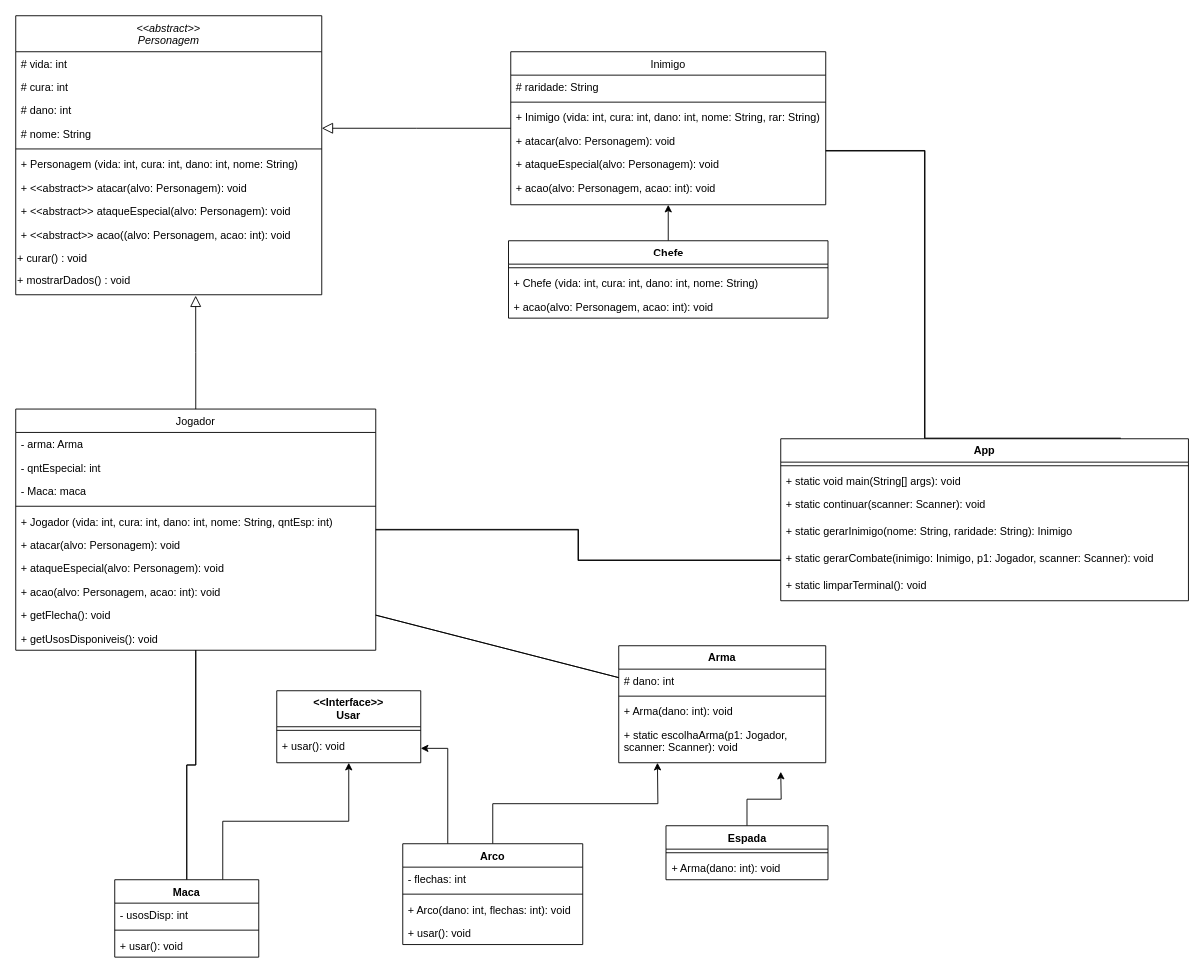
RomyMartinez/provaDePOO keeps this draw.io diagram as Diagrama.drawio. Above is the earlier version. Source tidied: cells renumbered, new cells numbered last; positions are measured from the earlier drawing's top-left corner, leaving out a move shared by most shapes. Both pictures are drawn from the tidied source at 90%, with x=0, y=0 at pixel (15, 15).
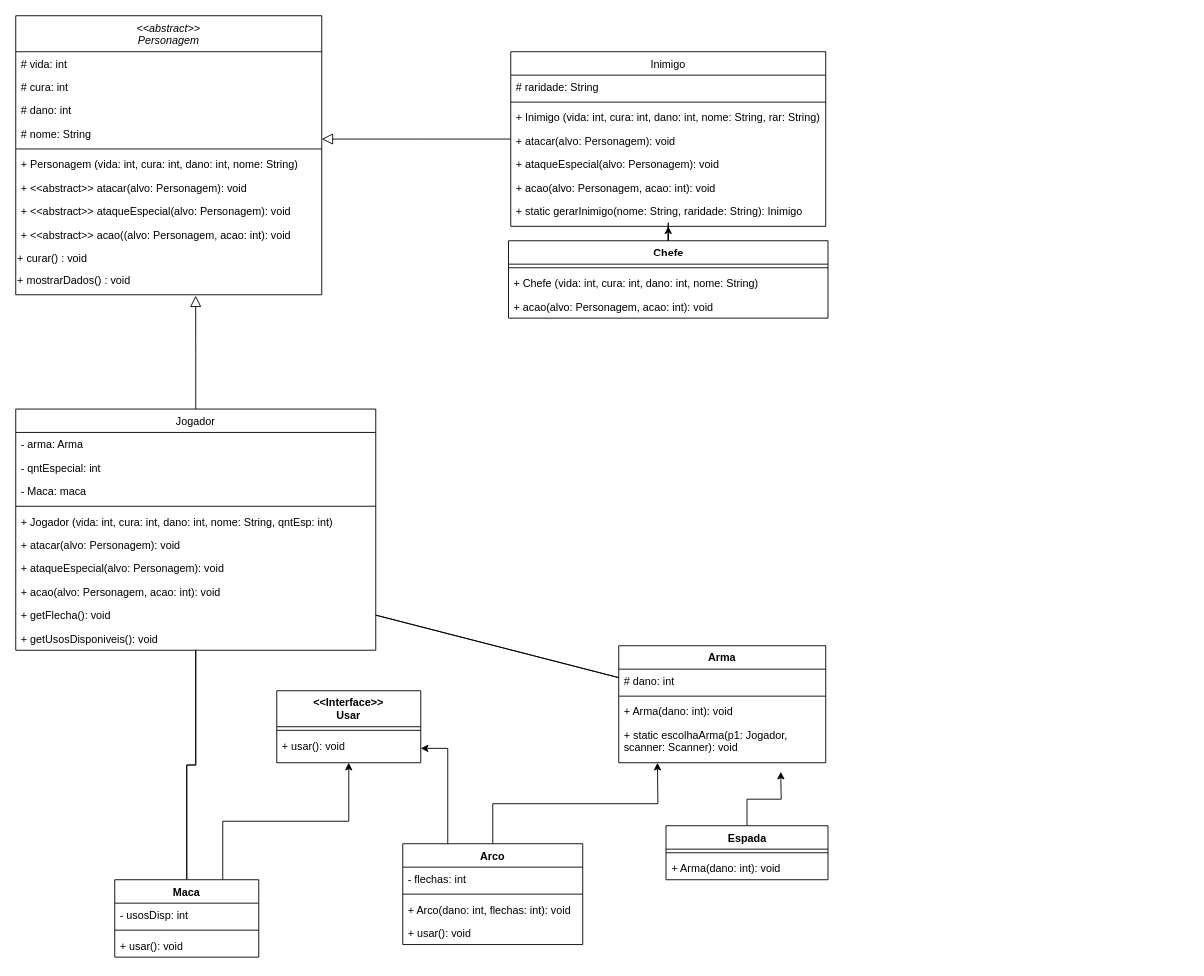
The same diagram, later.

Unchanged cells that the change refers to:
```xml
<mxCell id="15" value="Jogador" style="swimlane;fontStyle=0;align=center;verticalAlign=top;horizontal=1;startSize=26;rounded=0;shadow=0;strokeWidth=1;" parent="1" vertex="1">
  <mxGeometry y="437" width="400" height="268" as="geometry" />
</mxCell>
```

What changed in the source:
```diff
@@
-    <mxCell id="14" style="edgeStyle=orthogonalEdgeStyle;rounded=0;jettySize=auto;html=1;entryX=0;entryY=0.5;entryDx=0;entryDy=0;shape=link;width=0.5882352941176467;" parent="1" edge="1" source="15" target="69">
-      <mxGeometry relative="1" as="geometry" />
-    </mxCell>
@@
-    <mxCell id="27" style="edgeStyle=orthogonalEdgeStyle;rounded=0;jettySize=auto;html=1;shape=link;width=0.5882352941176467;entryX=0.834;entryY=-0.002;entryDx=0;entryDy=0;entryPerimeter=0;" parent="1" edge="1" source="28" target="64">
-      <mxGeometry relative="1" as="geometry">
-        <Array as="points">
-          <mxPoint x="1010" y="150" />
-        </Array>
-      </mxGeometry>
-    </mxCell>
     <mxCell id="28" value="Inimigo" style="swimlane;fontStyle=0;align=center;verticalAlign=top;horizontal=1;startSize=26;rounded=0;shadow=0;strokeWidth=1;" parent="1" vertex="1">
-      <mxGeometry x="550" y="40" width="350" height="170" as="geometry" />
+      <mxGeometry x="550" y="40" width="350" height="194" as="geometry" />
     </mxCell>
@@
+    <mxCell id="68" value="+&amp;nbsp;static gerarInimigo(nome: String, raridade: String): Inimigo" style="text;strokeColor=none;fillColor=none;align=left;verticalAlign=top;spacingLeft=4;spacingRight=4;overflow=hidden;whiteSpace=wrap;html=1;" parent="28" vertex="1">
+      <mxGeometry y="164" width="350" height="30" as="geometry" />
+    </mxCell>
@@
-    <mxCell id="64" value="App" style="swimlane;fontStyle=1;align=center;verticalAlign=top;horizontal=1;startSize=26;whiteSpace=wrap;html=1;" parent="1" vertex="1">
-      <mxGeometry x="850" y="470" width="453" height="180" as="geometry" />
-    </mxCell>
-    <mxCell id="65" style="line;strokeWidth=1;fillColor=none;align=left;verticalAlign=middle;spacingTop=-1;spacingLeft=3;spacingRight=3;labelPosition=right;strokeColor=inherit;" parent="64" vertex="1">
-      <mxGeometry y="26" width="453" height="8" as="geometry" />
-    </mxCell>
-    <mxCell id="66" value="+&amp;nbsp;static void main(String[] args): void" style="text;strokeColor=none;fillColor=none;align=left;verticalAlign=top;spacingLeft=4;spacingRight=4;overflow=hidden;whiteSpace=wrap;html=1;" parent="64" vertex="1">
-      <mxGeometry y="34" width="453" height="26" as="geometry" />
-    </mxCell>
-    <mxCell id="67" value="+&amp;nbsp;static continuar(scanner: Scanner): void" style="text;strokeColor=none;fillColor=none;align=left;verticalAlign=top;spacingLeft=4;spacingRight=4;overflow=hidden;whiteSpace=wrap;html=1;" parent="64" vertex="1">
-      <mxGeometry y="60" width="453" height="30" as="geometry" />
-    </mxCell>
-    <mxCell id="68" value="+&amp;nbsp;static gerarInimigo(nome: String, raridade: String): Inimigo" style="text;strokeColor=none;fillColor=none;align=left;verticalAlign=top;spacingLeft=4;spacingRight=4;overflow=hidden;whiteSpace=wrap;html=1;" parent="64" vertex="1">
-      <mxGeometry y="90" width="453" height="30" as="geometry" />
-    </mxCell>
-    <mxCell id="69" value="+&amp;nbsp;static gerarCombate(inimigo: Inimigo, p1: Jogador, scanner: Scanner): void" style="text;strokeColor=none;fillColor=none;align=left;verticalAlign=top;spacingLeft=4;spacingRight=4;overflow=hidden;points=[[0,0.5],[1,0.5]];portConstraint=eastwest;whiteSpace=wrap;html=1;" parent="64" vertex="1">
-      <mxGeometry y="120" width="453" height="30" as="geometry" />
-    </mxCell>
-    <mxCell id="70" value="+&amp;nbsp;static limparTerminal(): void" style="text;strokeColor=none;fillColor=none;align=left;verticalAlign=top;spacingLeft=4;spacingRight=4;overflow=hidden;whiteSpace=wrap;html=1;" parent="64" vertex="1">
-      <mxGeometry y="150" width="453" height="30" as="geometry" />
-    </mxCell>
```
